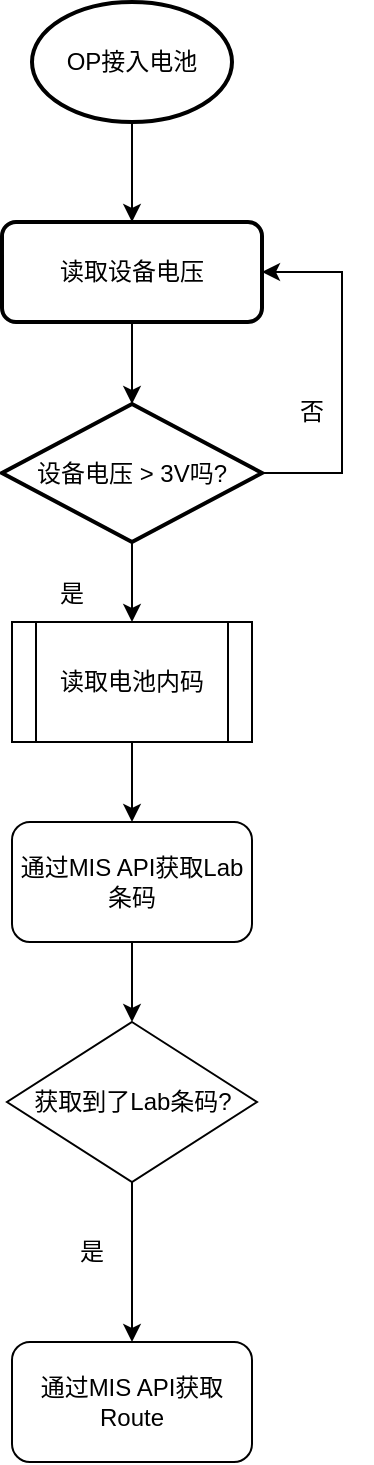
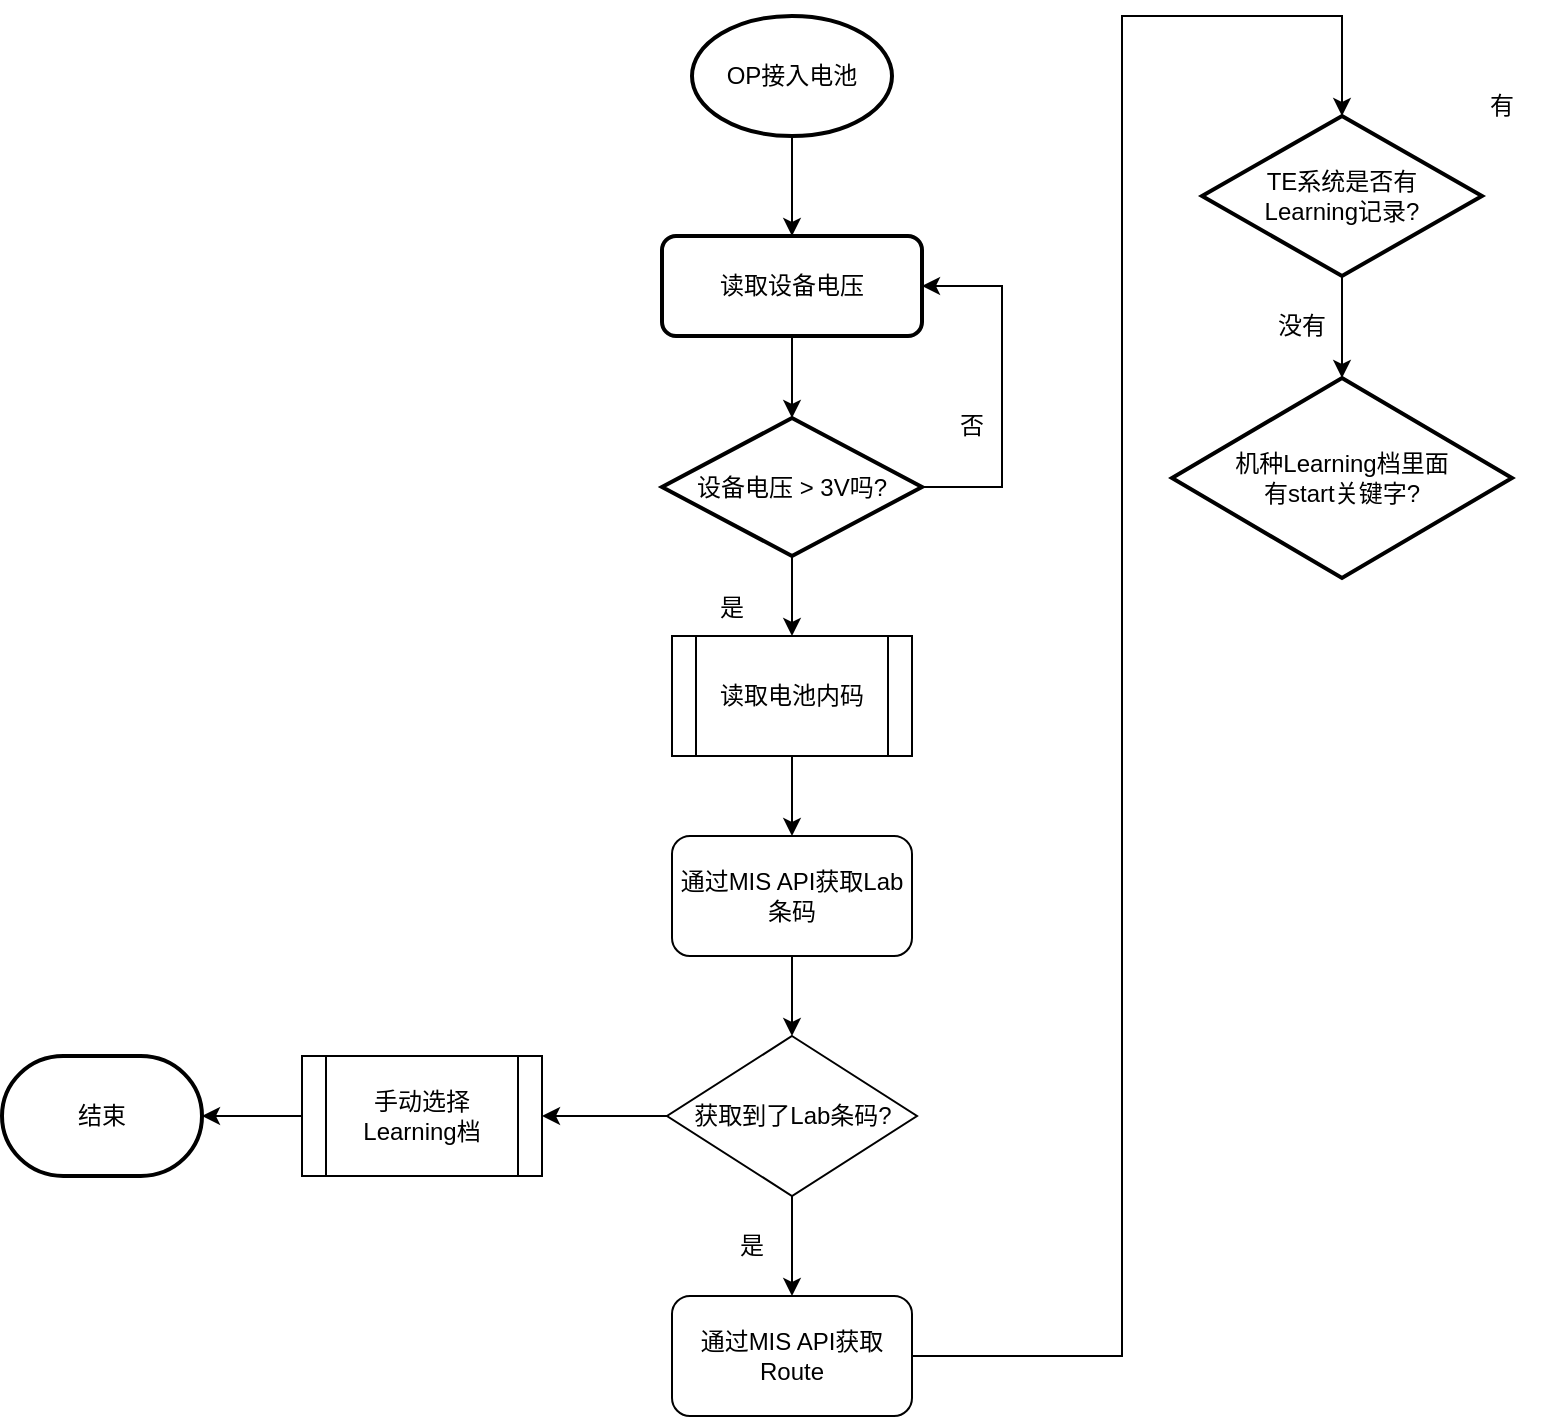
<mxfile host="app.diagrams.net">
  <diagram name="第 1 页" id="3HldnIOuQtLrwHUO-1mN">
    <mxGraphModel dx="983" dy="757" grid="1" gridSize="10" guides="1" tooltips="1" connect="1" arrows="1" fold="1" page="1" pageScale="1" pageWidth="1169" pageHeight="827" math="0" shadow="0">
      <root>
        <mxCell id="0" />
        <mxCell id="1" parent="0" />
        <mxCell id="qRa3hty1LtdxE0hFs_0w-8" edge="1" parent="1" source="qRa3hty1LtdxE0hFs_0w-4" style="edgeStyle=orthogonalEdgeStyle;rounded=0;orthogonalLoop=1;jettySize=auto;html=1;" target="qRa3hty1LtdxE0hFs_0w-6" value="">
          <mxGeometry relative="1" as="geometry" />
        </mxCell>
        <mxCell id="qRa3hty1LtdxE0hFs_0w-4" parent="1" style="strokeWidth=2;html=1;shape=mxgraph.flowchart.start_1;whiteSpace=wrap;" value="OP接入电池" vertex="1">
-           <mxGeometry height="60" width="100" x="45" y="30" as="geometry" />
+           <mxGeometry height="60" width="100" x="385" y="50" as="geometry" />
        </mxCell>
        <mxCell id="qRa3hty1LtdxE0hFs_0w-9" edge="1" parent="1" source="qRa3hty1LtdxE0hFs_0w-6" style="edgeStyle=orthogonalEdgeStyle;rounded=0;orthogonalLoop=1;jettySize=auto;html=1;" target="qRa3hty1LtdxE0hFs_0w-7" value="">
          <mxGeometry relative="1" as="geometry" />
        </mxCell>
        <mxCell id="qRa3hty1LtdxE0hFs_0w-6" parent="1" style="rounded=1;whiteSpace=wrap;html=1;absoluteArcSize=1;arcSize=14;strokeWidth=2;" value="读取设备电压" vertex="1">
-           <mxGeometry height="50" width="130" x="30" y="140" as="geometry" />
+           <mxGeometry height="50" width="130" x="370" y="160" as="geometry" />
        </mxCell>
        <mxCell id="qRa3hty1LtdxE0hFs_0w-14" edge="1" parent="1" source="qRa3hty1LtdxE0hFs_0w-7" style="edgeStyle=orthogonalEdgeStyle;rounded=0;orthogonalLoop=1;jettySize=auto;html=1;" target="qRa3hty1LtdxE0hFs_0w-13" value="">
          <mxGeometry relative="1" as="geometry" />
        </mxCell>
        <mxCell id="qRa3hty1LtdxE0hFs_0w-25" edge="1" parent="1" source="qRa3hty1LtdxE0hFs_0w-7" style="edgeStyle=orthogonalEdgeStyle;rounded=0;orthogonalLoop=1;jettySize=auto;html=1;entryX=1;entryY=0.5;entryDx=0;entryDy=0;" target="qRa3hty1LtdxE0hFs_0w-6">
          <mxGeometry relative="1" as="geometry">
            <Array as="points">
-               <mxPoint x="200" y="266" />
-               <mxPoint x="200" y="165" />
+               <mxPoint x="540" y="286" />
+               <mxPoint x="540" y="185" />
            </Array>
-             <mxPoint x="240" y="160" as="targetPoint" />
+             <mxPoint x="580" y="180" as="targetPoint" />
          </mxGeometry>
        </mxCell>
        <mxCell id="qRa3hty1LtdxE0hFs_0w-7" parent="1" style="strokeWidth=2;html=1;shape=mxgraph.flowchart.decision;whiteSpace=wrap;" value="设备电压 &amp;gt; 3V吗?" vertex="1">
-           <mxGeometry height="69" width="130" x="30" y="231" as="geometry" />
+           <mxGeometry height="69" width="130" x="370" y="251" as="geometry" />
        </mxCell>
        <mxCell id="qRa3hty1LtdxE0hFs_0w-11" parent="1" style="text;html=1;whiteSpace=wrap;strokeColor=none;fillColor=none;align=center;verticalAlign=middle;rounded=0;" value="&lt;div&gt;否&lt;/div&gt;" vertex="1">
-           <mxGeometry height="30" width="60" x="155" y="220" as="geometry" />
+           <mxGeometry height="30" width="60" x="495" y="240" as="geometry" />
        </mxCell>
        <mxCell id="qRa3hty1LtdxE0hFs_0w-12" parent="1" style="text;html=1;whiteSpace=wrap;strokeColor=none;fillColor=none;align=center;verticalAlign=middle;rounded=0;" value="&lt;div&gt;是&lt;/div&gt;" vertex="1">
-           <mxGeometry height="30" width="60" x="35" y="311" as="geometry" />
+           <mxGeometry height="30" width="60" x="375" y="331" as="geometry" />
        </mxCell>
        <mxCell id="qRa3hty1LtdxE0hFs_0w-16" edge="1" parent="1" source="qRa3hty1LtdxE0hFs_0w-13" style="edgeStyle=orthogonalEdgeStyle;rounded=0;orthogonalLoop=1;jettySize=auto;html=1;" target="qRa3hty1LtdxE0hFs_0w-15" value="">
          <mxGeometry relative="1" as="geometry" />
        </mxCell>
        <mxCell id="qRa3hty1LtdxE0hFs_0w-13" parent="1" style="shape=process;whiteSpace=wrap;html=1;backgroundOutline=1;" value="读取电池内码" vertex="1">
-           <mxGeometry height="60" width="120" x="35" y="340" as="geometry" />
+           <mxGeometry height="60" width="120" x="375" y="360" as="geometry" />
        </mxCell>
        <mxCell id="qRa3hty1LtdxE0hFs_0w-20" edge="1" parent="1" source="qRa3hty1LtdxE0hFs_0w-15" style="edgeStyle=orthogonalEdgeStyle;rounded=0;orthogonalLoop=1;jettySize=auto;html=1;" target="qRa3hty1LtdxE0hFs_0w-19" value="">
          <mxGeometry relative="1" as="geometry" />
        </mxCell>
        <mxCell id="qRa3hty1LtdxE0hFs_0w-15" parent="1" style="rounded=1;whiteSpace=wrap;html=1;" value="通过MIS API获取Lab条码" vertex="1">
-           <mxGeometry height="60" width="120" x="35" y="440" as="geometry" />
+           <mxGeometry height="60" width="120" x="375" y="460" as="geometry" />
+         </mxCell>
+         <mxCell id="qRa3hty1LtdxE0hFs_0w-31" edge="1" parent="1" source="qRa3hty1LtdxE0hFs_0w-17" style="edgeStyle=orthogonalEdgeStyle;rounded=0;orthogonalLoop=1;jettySize=auto;html=1;entryX=0.5;entryY=0;entryDx=0;entryDy=0;entryPerimeter=0;" target="qRa3hty1LtdxE0hFs_0w-30" value="">
+           <mxGeometry relative="1" as="geometry">
+             <Array as="points">
+               <mxPoint x="600" y="720" />
+               <mxPoint x="600" y="50" />
+               <mxPoint x="710" y="50" />
+             </Array>
+           </mxGeometry>
        </mxCell>
        <mxCell id="qRa3hty1LtdxE0hFs_0w-17" parent="1" style="rounded=1;whiteSpace=wrap;html=1;" value="通过MIS API获取Route" vertex="1">
-           <mxGeometry height="60" width="120" x="35" y="700" as="geometry" />
+           <mxGeometry height="60" width="120" x="375" y="690" as="geometry" />
        </mxCell>
        <mxCell id="qRa3hty1LtdxE0hFs_0w-21" edge="1" parent="1" source="qRa3hty1LtdxE0hFs_0w-19" style="edgeStyle=orthogonalEdgeStyle;rounded=0;orthogonalLoop=1;jettySize=auto;html=1;" target="qRa3hty1LtdxE0hFs_0w-17" value="">
          <mxGeometry relative="1" as="geometry" />
        </mxCell>
+         <mxCell id="qRa3hty1LtdxE0hFs_0w-27" edge="1" parent="1" source="qRa3hty1LtdxE0hFs_0w-19" style="edgeStyle=orthogonalEdgeStyle;rounded=0;orthogonalLoop=1;jettySize=auto;html=1;" target="qRa3hty1LtdxE0hFs_0w-26" value="">
+           <mxGeometry relative="1" as="geometry" />
+         </mxCell>
        <mxCell id="qRa3hty1LtdxE0hFs_0w-19" parent="1" style="rhombus;whiteSpace=wrap;html=1;" value="获取到了Lab条码?" vertex="1">
-           <mxGeometry height="80" width="125" x="32.5" y="540" as="geometry" />
+           <mxGeometry height="80" width="125" x="372.5" y="560" as="geometry" />
        </mxCell>
        <mxCell id="qRa3hty1LtdxE0hFs_0w-22" parent="1" style="text;html=1;whiteSpace=wrap;strokeColor=none;fillColor=none;align=center;verticalAlign=middle;rounded=0;" value="是" vertex="1">
-           <mxGeometry height="30" width="60" x="45" y="640" as="geometry" />
+           <mxGeometry height="30" width="60" x="385" y="650" as="geometry" />
+         </mxCell>
+         <mxCell id="qRa3hty1LtdxE0hFs_0w-29" edge="1" parent="1" source="qRa3hty1LtdxE0hFs_0w-26" style="edgeStyle=orthogonalEdgeStyle;rounded=0;orthogonalLoop=1;jettySize=auto;html=1;" target="qRa3hty1LtdxE0hFs_0w-28" value="">
+           <mxGeometry relative="1" as="geometry" />
+         </mxCell>
+         <mxCell id="qRa3hty1LtdxE0hFs_0w-26" parent="1" style="shape=process;whiteSpace=wrap;html=1;backgroundOutline=1;" value="手动选择Learning档" vertex="1">
+           <mxGeometry height="60" width="120" x="190" y="570" as="geometry" />
+         </mxCell>
+         <mxCell id="qRa3hty1LtdxE0hFs_0w-28" parent="1" style="strokeWidth=2;html=1;shape=mxgraph.flowchart.terminator;whiteSpace=wrap;" value="结束" vertex="1">
+           <mxGeometry height="60" width="100" x="40" y="570" as="geometry" />
+         </mxCell>
+         <mxCell id="qRa3hty1LtdxE0hFs_0w-34" edge="1" parent="1" source="qRa3hty1LtdxE0hFs_0w-30" style="edgeStyle=orthogonalEdgeStyle;rounded=0;orthogonalLoop=1;jettySize=auto;html=1;" target="qRa3hty1LtdxE0hFs_0w-33" value="">
+           <mxGeometry relative="1" as="geometry" />
+         </mxCell>
+         <mxCell id="qRa3hty1LtdxE0hFs_0w-30" parent="1" style="strokeWidth=2;html=1;shape=mxgraph.flowchart.decision;whiteSpace=wrap;" value="&lt;div&gt;TE系统是否有&lt;/div&gt;&lt;div&gt;Learning记录?&lt;/div&gt;" vertex="1">
+           <mxGeometry height="80" width="140" x="640" y="100" as="geometry" />
+         </mxCell>
+         <mxCell id="qRa3hty1LtdxE0hFs_0w-33" parent="1" style="strokeWidth=2;html=1;shape=mxgraph.flowchart.decision;whiteSpace=wrap;" value="&lt;div&gt;机种Learning档里面&lt;/div&gt;&lt;div&gt;有start关键字?&lt;/div&gt;" vertex="1">
+           <mxGeometry height="100" width="170" x="625" y="231" as="geometry" />
+         </mxCell>
+         <mxCell id="qRa3hty1LtdxE0hFs_0w-35" parent="1" style="text;html=1;whiteSpace=wrap;strokeColor=none;fillColor=none;align=center;verticalAlign=middle;rounded=0;" value="没有" vertex="1">
+           <mxGeometry height="30" width="60" x="660" y="190" as="geometry" />
+         </mxCell>
+         <mxCell id="qRa3hty1LtdxE0hFs_0w-36" parent="1" style="text;html=1;whiteSpace=wrap;strokeColor=none;fillColor=none;align=center;verticalAlign=middle;rounded=0;" value="有" vertex="1">
+           <mxGeometry height="30" width="60" x="760" y="80" as="geometry" />
        </mxCell>
      </root>
    </mxGraphModel>
  </diagram>
</mxfile>
